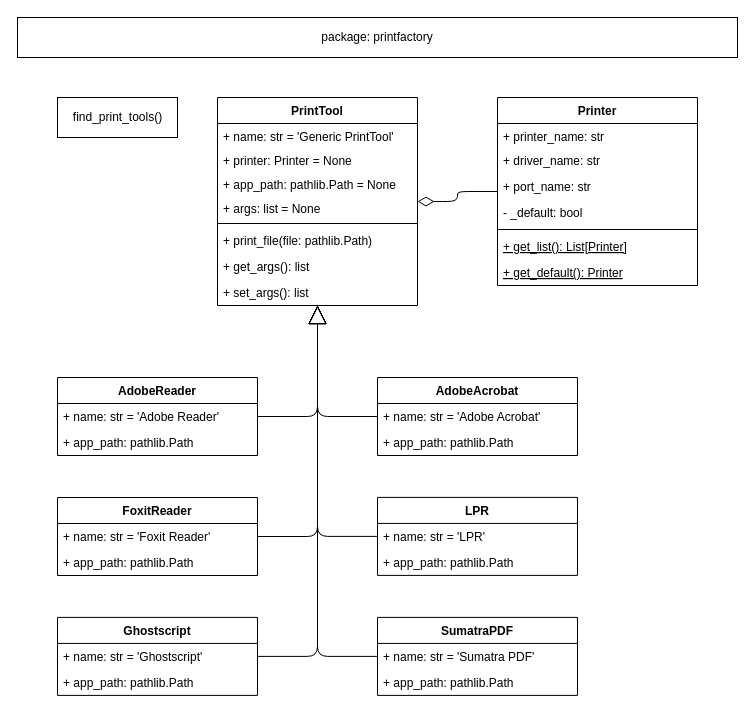
Before: doc/printfactory.drawio in dl6nm/printfactory, a draw.io diagram. Source tidied: cells renumbered, new cells numbered last; positions are measured from the earlier drawing's top-left corner, leaving out a move shared by most shapes. Both pictures are drawn from the tidied source at 100%, with x=0, y=0 at pixel (17, 17).
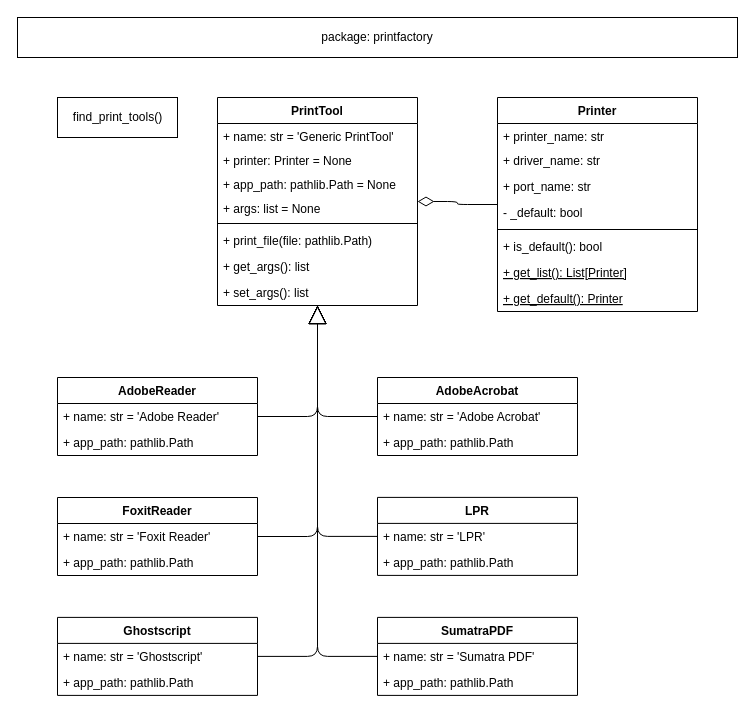
Above is the later version.

Commit message:
docs: update class diagram

What changed in the source:
```diff
@@
     <mxCell id="3" value="Printer" style="swimlane;fontStyle=1;align=center;verticalAlign=top;horizontal=1;startSize=26;" parent="1" vertex="1">
-      <mxGeometry x="480" y="80" width="200" height="188" as="geometry" />
+      <mxGeometry x="480" y="80" width="200" height="214" as="geometry" />
     </mxCell>
@@
+    <mxCell id="46" value="+ is_default(): bool" style="text;strokeColor=none;fillColor=none;align=left;verticalAlign=top;spacingLeft=4;spacingRight=4;overflow=hidden;dashed=1;fontStyle=0;" parent="3" vertex="1">
+      <mxGeometry y="136" width="200" height="26" as="geometry" />
+    </mxCell>
     <mxCell id="9" value="+ get_list(): List[Printer]" style="text;strokeColor=none;fillColor=none;align=left;verticalAlign=top;spacingLeft=4;spacingRight=4;overflow=hidden;dashed=1;fontStyle=4;" parent="3" vertex="1">
-      <mxGeometry y="136" width="200" height="26" as="geometry" />
+      <mxGeometry y="162" width="200" height="26" as="geometry" />
     </mxCell>
     <mxCell id="10" value="+ get_default(): Printer" style="text;strokeColor=none;fillColor=none;align=left;verticalAlign=top;spacingLeft=4;spacingRight=4;overflow=hidden;dashed=1;fontStyle=4;" parent="3" vertex="1">
-      <mxGeometry y="162" width="200" height="26" as="geometry" />
+      <mxGeometry y="188" width="200" height="26" as="geometry" />
     </mxCell>
```
